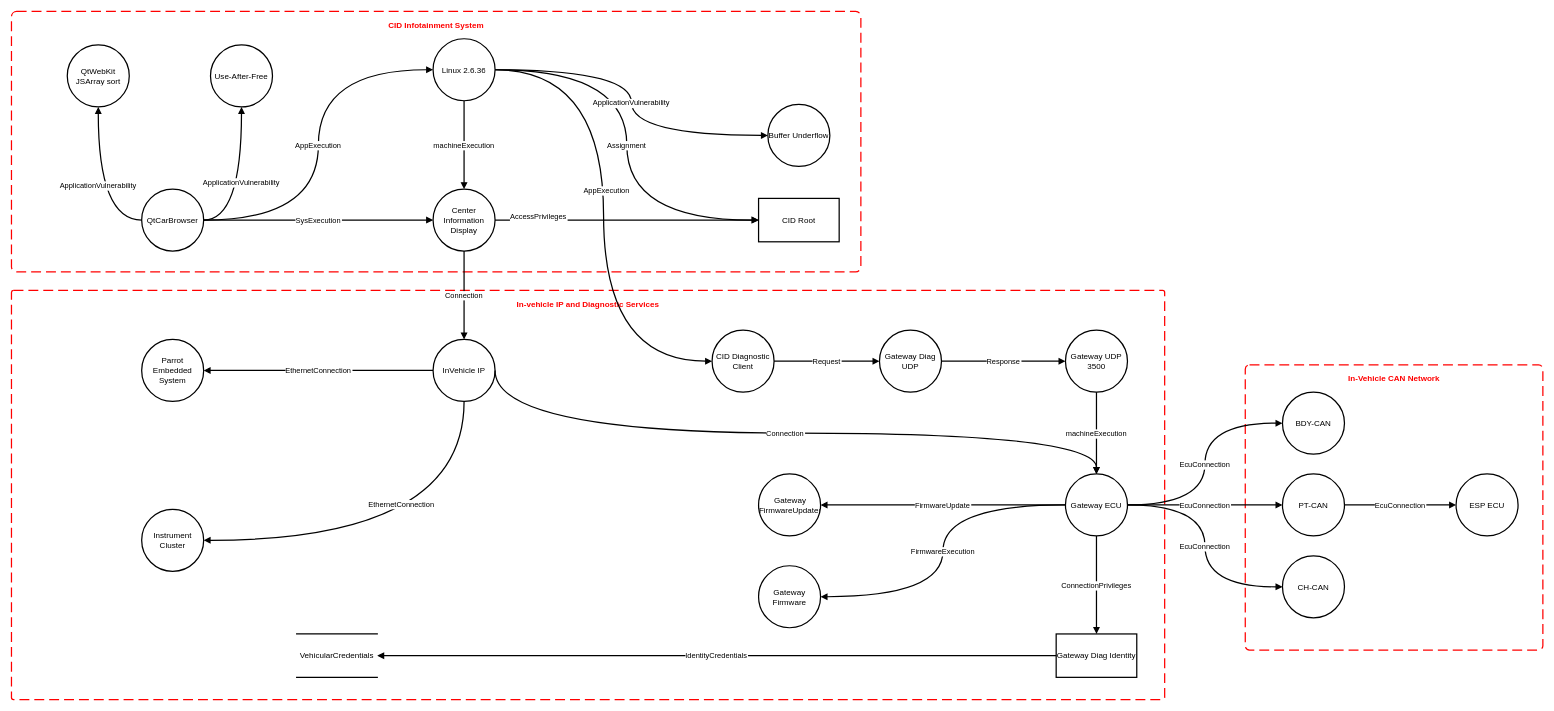
Earlier version of the draw.io diagram sample/Tesla_Model_S_Model.drawio (HackProof/AutoTARA). Source tidied: cells renumbered, new cells numbered last; positions are measured from the earlier drawing's top-left corner, leaving out a move shared by most shapes. Both pictures are drawn from the tidied source at 62%, with x=0, y=0 at pixel (11, 11).
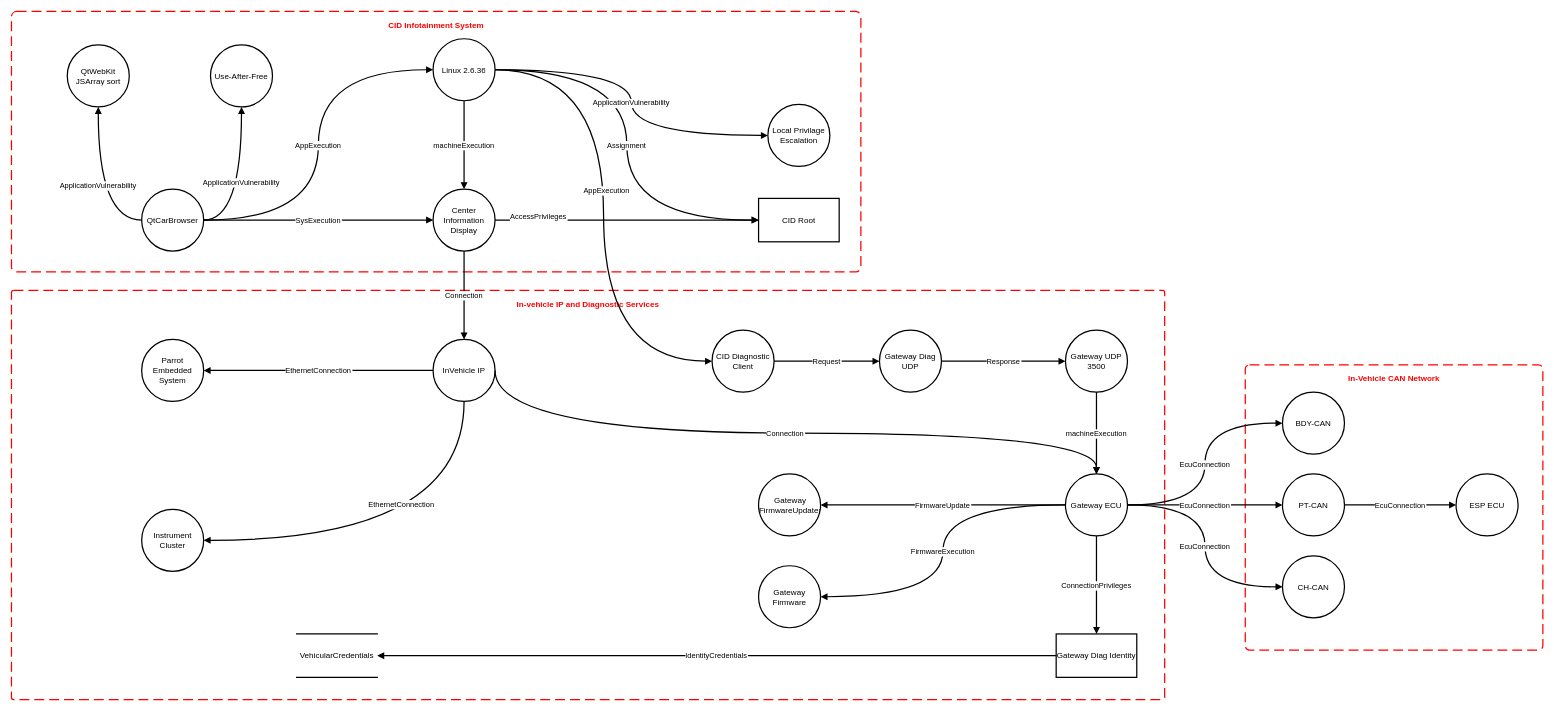
After the change.

What changed in the source:
```diff
@@
-    <mxCell id="8" value="Buffer Underflow" style="whiteSpace=wrap;html=0;fontSize=13;fontColor=#000000;strokeWidth=2;fillColor=none;strokeColor=#000000;overflow=hidden;shape=ellipse;perimeter=ellipsePerimeter;" parent="1" vertex="1">
+    <mxCell id="8" value="Local Privilage Escalation" style="whiteSpace=wrap;html=0;fontSize=13;fontColor=#000000;strokeWidth=2;fillColor=none;strokeColor=#000000;overflow=hidden;shape=ellipse;perimeter=ellipsePerimeter;" parent="1" vertex="1">
       <mxGeometry x="1220" y="150" width="100" height="100" as="geometry" />
     </mxCell>
```
